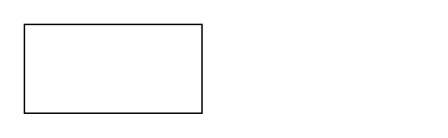
zjffun/test keeps this draw.io diagram as test.drawio. Above is the earlier version. Source tidied: cells renumbered, new cells numbered last; positions are measured from the earlier drawing's top-left corner, leaving out a move shared by most shapes. Both pictures are drawn from the tidied source at 148%, with x=0, y=0 at pixel (24, 24).
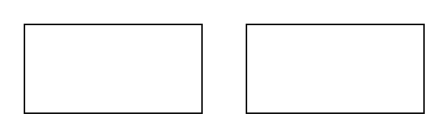
Above is the later version.

Change to the diagram source:
```diff
@@
 <mxGraphModel>
   <root>
     <mxCell id="0" />
     <mxCell id="1" parent="0" />
     <mxCell id="2" style="rounded=0;whiteSpace=wrap;html=1;" parent="1" vertex="1">
       <mxGeometry width="120" height="60" as="geometry" />
     </mxCell>
+    <mxCell id="3" style="rounded=0;whiteSpace=wrap;html=1;" parent="1" vertex="1">
+      <mxGeometry x="150" width="120" height="60" as="geometry" />
+    </mxCell>
   </root>
 </mxGraphModel>
```
